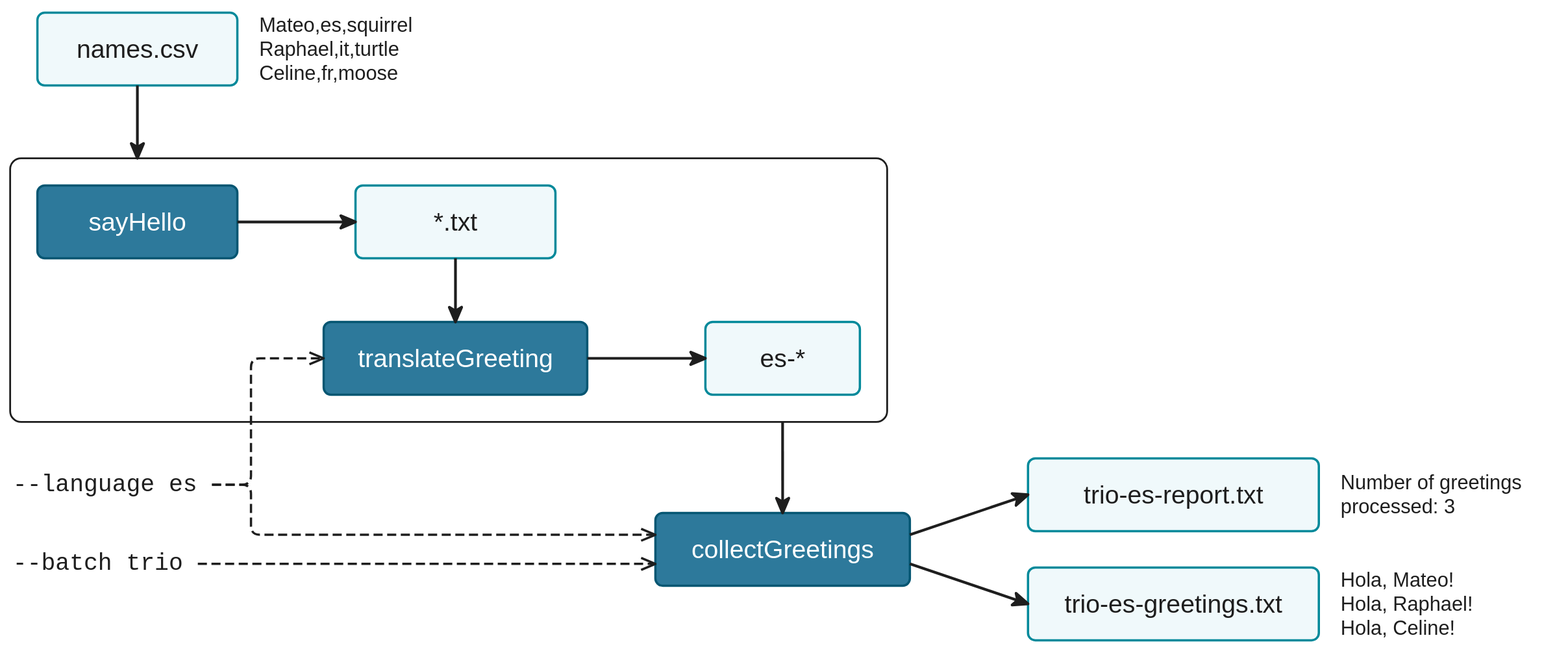
Earlier version of the draw.io export docs/en/docs/hello_nextflow/img/hello-collect-4-way.drawio.svg (nextflow-io/training). Source tidied: cells renumbered, new cells last; positions are measured from the earlier drawing's top-left corner, leaving out a move shared by most shapes.
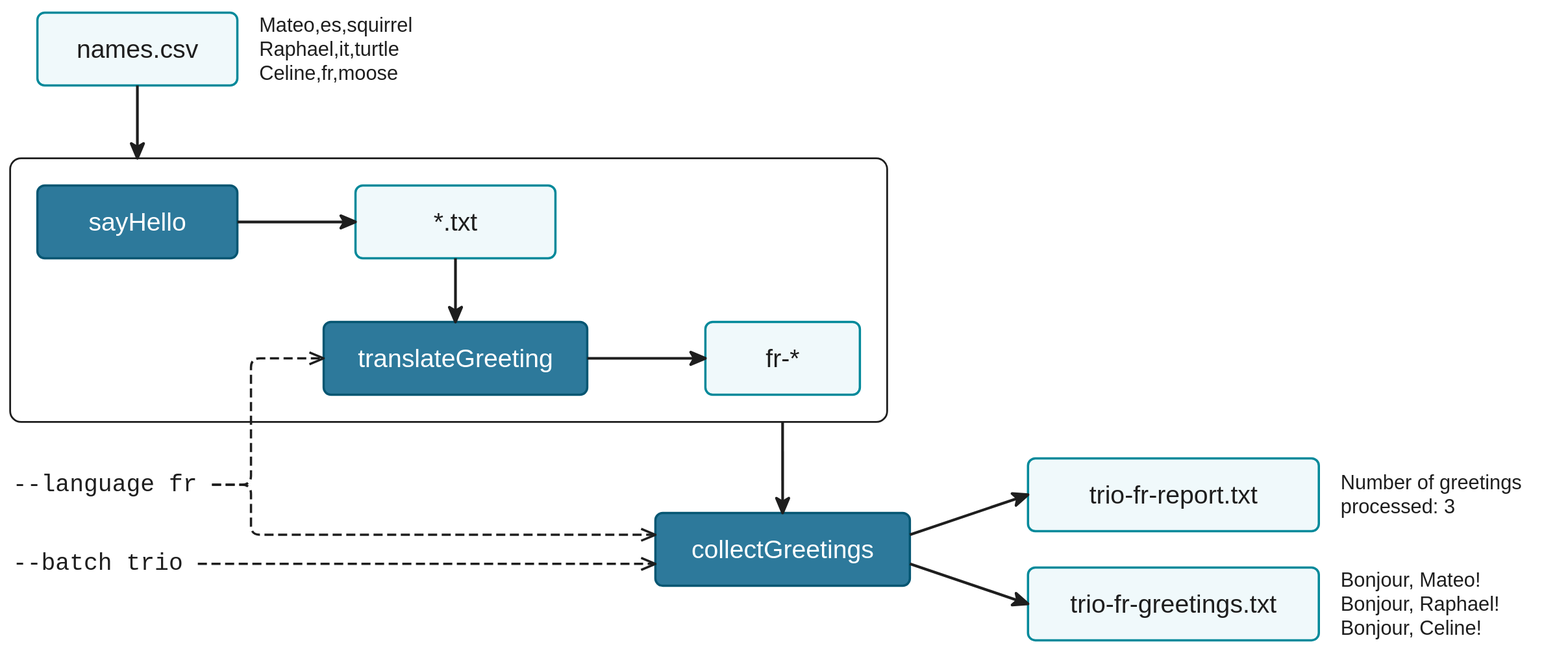
After the change.

Commit message:
docs(hello_nextflow): restructure Hello Workflow sections; continue in French

The edit, as a diff of the source:
```diff
@@ -14,7 +14,7 @@
     <mxCell id="5" value="translateGreeting" style="rounded=1;absoluteArcSize=1;arcSize=16;whiteSpace=nowrap;html=0;fontFamily=Helvetica;fontSize=28;fillColor=#2d799b;strokeColor=#055672;fontColor=#ffffff;strokeWidth=2.5;" parent="2" vertex="1">
       <mxGeometry x="345" y="180" width="290" height="80" as="geometry" />
     </mxCell>
-    <mxCell id="6" value="es-*" style="rounded=1;absoluteArcSize=1;arcSize=16;whiteSpace=nowrap;html=0;fontFamily=Helvetica;fontSize=28;fillColor=#f0f9fb;strokeColor=#02899a;fontColor=#1e1e1e;strokeWidth=2.5;" parent="2" vertex="1">
+    <mxCell id="6" value="fr-*" style="rounded=1;absoluteArcSize=1;arcSize=16;whiteSpace=nowrap;html=0;fontFamily=Helvetica;fontSize=28;fillColor=#f0f9fb;strokeColor=#02899a;fontColor=#1e1e1e;strokeWidth=2.5;" parent="2" vertex="1">
       <mxGeometry x="765" y="180" width="170" height="80" as="geometry" />
     </mxCell>
     <mxCell id="7" style="edgeStyle=none;html=0;endArrow=classic;endFill=1;strokeColor=#1e1e1e;exitX=0.5;exitY=1;exitDx=0;exitDy=0;entryY=0;entryDy=0;entryDx=0;entryX=0.5;strokeWidth=3;endSize=12;" parent="2" edge="1" source="4" target="5">
@@ -29,17 +29,17 @@
     <mxCell id="10" value="collectGreetings" style="rounded=1;absoluteArcSize=1;arcSize=16;whiteSpace=nowrap;html=0;fontFamily=Helvetica;fontSize=28;fillColor=#2d799b;strokeColor=#055672;fontColor=#ffffff;strokeWidth=2.5;" parent="1" vertex="1">
       <mxGeometry x="711" y="554" width="280" height="80" as="geometry" />
     </mxCell>
-    <mxCell id="11" value="trio-es-greetings.txt" style="rounded=1;absoluteArcSize=1;arcSize=16;whiteSpace=nowrap;html=0;fontFamily=Helvetica;fontSize=28;fillColor=#f0f9fb;strokeColor=#02899a;fontColor=#1e1e1e;strokeWidth=2.5;" parent="1" vertex="1">
+    <mxCell id="11" value="trio-fr-greetings.txt" style="rounded=1;absoluteArcSize=1;arcSize=16;whiteSpace=nowrap;html=0;fontFamily=Helvetica;fontSize=28;fillColor=#f0f9fb;strokeColor=#02899a;fontColor=#1e1e1e;strokeWidth=2.5;" parent="1" vertex="1">
       <mxGeometry x="1121" y="614" width="320" height="80" as="geometry" />
     </mxCell>
     <mxCell id="12" value="names.csv" style="rounded=1;absoluteArcSize=1;arcSize=16;whiteSpace=nowrap;html=0;fontFamily=Helvetica;fontSize=28;fillColor=#f0f9fb;strokeColor=#02899a;fontColor=#1e1e1e;strokeWidth=2.5;" parent="1" vertex="1">
       <mxGeometry x="31" y="4" width="220" height="80" as="geometry" />
     </mxCell>
-    <mxCell id="13" value="trio-es-report.txt" style="rounded=1;absoluteArcSize=1;arcSize=16;whiteSpace=nowrap;html=0;fontFamily=Helvetica;fontSize=28;fillColor=#f0f9fb;strokeColor=#02899a;fontColor=#1e1e1e;strokeWidth=2.5;" parent="1" vertex="1">
+    <mxCell id="13" value="trio-fr-report.txt" style="rounded=1;absoluteArcSize=1;arcSize=16;whiteSpace=nowrap;html=0;fontFamily=Helvetica;fontSize=28;fillColor=#f0f9fb;strokeColor=#02899a;fontColor=#1e1e1e;strokeWidth=2.5;" parent="1" vertex="1">
       <mxGeometry x="1121" y="494" width="320" height="80" as="geometry" />
     </mxCell>
-    <mxCell id="14" value="Hola, Mateo!&#10;Hola, Raphael!&#10;Hola, Celine!" style="text;html=0;align=left;verticalAlign=middle;whiteSpace=nowrap;spacing=0;spacingLeft=4;fontFamily=Helvetica;fontSize=22;fontColor=#1e1e1e;" parent="1" vertex="1">
-      <mxGeometry x="1461" y="610" width="183" height="88" as="geometry" />
+    <mxCell id="14" value="Bonjour, Mateo!&#10;Bonjour, Raphael!&#10;Bonjour, Celine!" style="text;html=0;align=left;verticalAlign=middle;whiteSpace=nowrap;spacing=0;spacingLeft=4;fontFamily=Helvetica;fontSize=22;fontColor=#1e1e1e;" parent="1" vertex="1">
+      <mxGeometry x="1461" y="610" width="216" height="88" as="geometry" />
     </mxCell>
     <mxCell id="15" value="Mateo,es,squirrel&#10;Raphael,it,turtle&#10;Celine,fr,moose" style="text;html=0;align=left;verticalAlign=middle;whiteSpace=nowrap;spacing=0;spacingLeft=4;fontFamily=Helvetica;fontSize=22;fontColor=#1e1e1e;" parent="1" vertex="1">
       <mxGeometry x="271" width="220" height="88" as="geometry" />
@@ -65,7 +65,7 @@
     <mxCell id="22" style="edgeStyle=none;html=0;endArrow=classic;endFill=1;strokeColor=#1e1e1e;exitX=1;exitDx=0;exitDy=0;entryX=0;entryDx=0;entryDy=0;exitY=0.7;entryY=0.5;strokeWidth=3;endSize=12;" parent="1" edge="1" source="10" target="11">
       <mxGeometry relative="1" as="geometry" />
     </mxCell>
-    <mxCell id="23" value="--language es" style="text;html=0;align=left;verticalAlign=middle;whiteSpace=nowrap;spacing=0;spacingLeft=4;fontSize=26;fontFamily=Menlo;fontColor=#1e1e1e;" parent="1" vertex="1">
+    <mxCell id="23" value="--language fr" style="text;html=0;align=left;verticalAlign=middle;whiteSpace=nowrap;spacing=0;spacingLeft=4;fontSize=26;fontFamily=Menlo;fontColor=#1e1e1e;" parent="1" vertex="1">
       <mxGeometry y="504" width="223.1" height="38" as="geometry" />
     </mxCell>
     <mxCell id="24" style="edgeStyle=orthogonalEdgeStyle;rounded=1;arcSize=40;html=0;exitDx=0;exitDy=0;entryDx=0;entryDy=0;dashed=1;endArrow=open;endFill=0;exitX=1;exitY=0.5;entryX=0;entryY=0.5;strokeWidth=2.5;endSize=12;strokeColor=#1e1e1e;dashPattern=4 2;" parent="1" edge="1" source="23" target="5">
```
